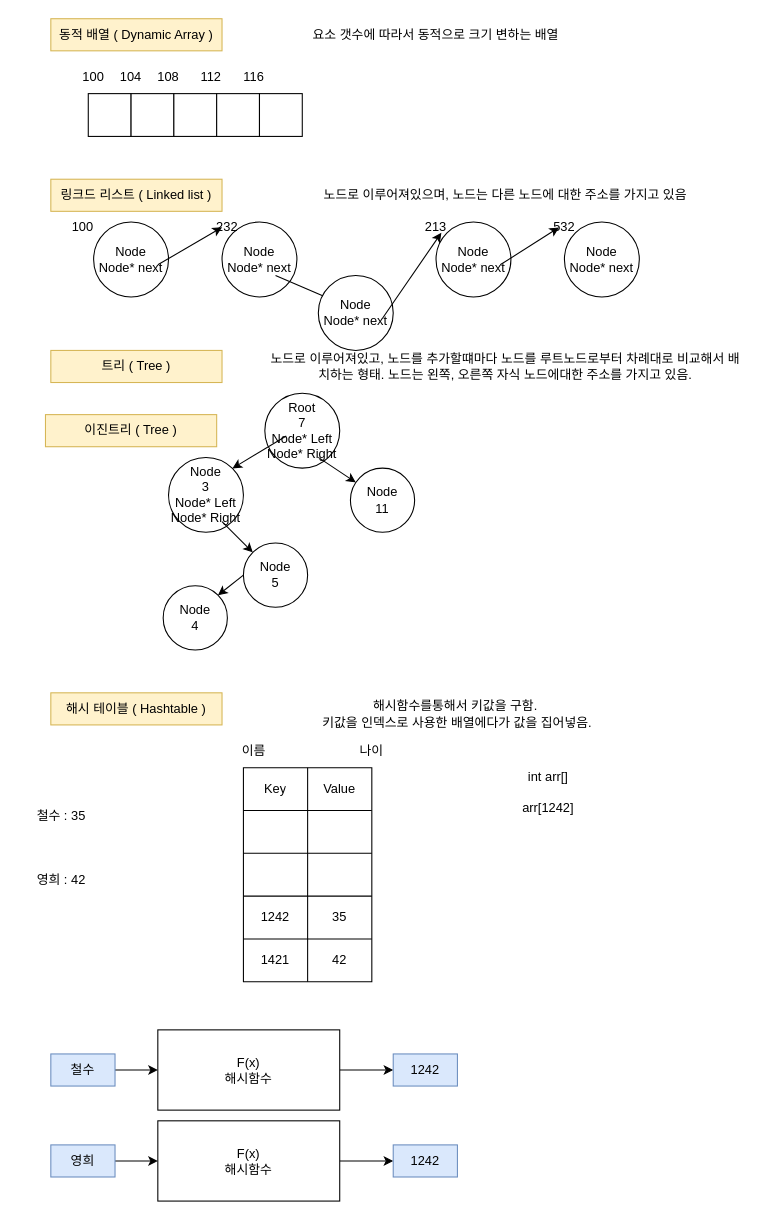
Before: DataStructure.drawio in luke-youngmin-cho/Client_1st, a draw.io diagram. Source tidied: cells renumbered, new cells numbered last; positions are measured from the earlier drawing's top-left corner, leaving out a move shared by most shapes. Both pictures are drawn from the tidied source at 107%, with x=0, y=0 at pixel (29, 18).
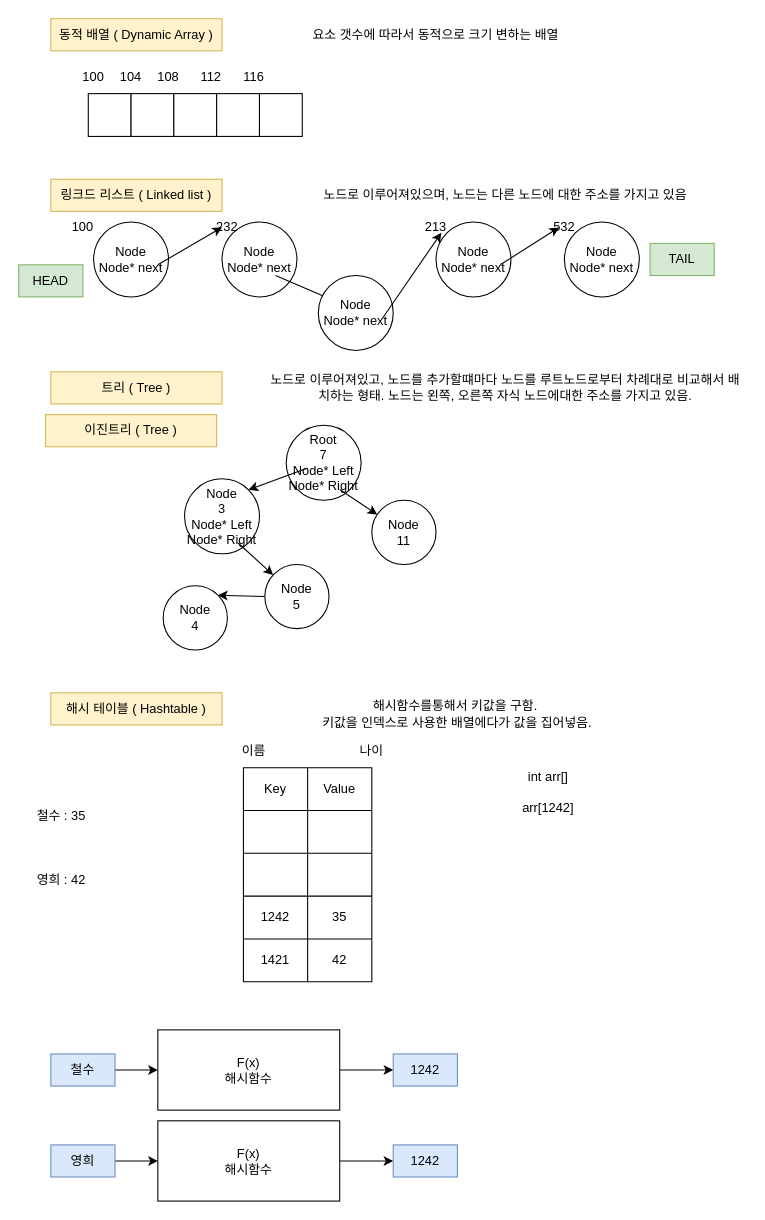
The same diagram, later.

Diff of the diagram source:
```diff
@@
     <mxCell id="4" value="트리 ( Tree )" style="text;html=1;strokeColor=#d6b656;fillColor=#fff2cc;align=center;verticalAlign=middle;whiteSpace=wrap;rounded=0;" parent="1" vertex="1">
-      <mxGeometry x="20" y="310" width="160" height="30" as="geometry" />
+      <mxGeometry x="20" y="330" width="160" height="30" as="geometry" />
     </mxCell>
@@
     <mxCell id="31" value="노드로 이루어져있고, 노드를 추가할떄마다 노드를 루트노드로부터 차례대로 비교해서 배치하는 형태. 노드는 왼쪽, 오른쪽 자식 노드에대한 주소를 가지고 있음." style="text;html=1;strokeColor=none;fillColor=none;align=center;verticalAlign=middle;whiteSpace=wrap;rounded=0;" parent="1" vertex="1">
-      <mxGeometry x="220" y="310" width="450" height="30" as="geometry" />
+      <mxGeometry x="220" y="330" width="450" height="30" as="geometry" />
     </mxCell>
     <mxCell id="32" value="Root&lt;br&gt;7&lt;br&gt;Node* Left&lt;br&gt;Node* Right" style="ellipse;whiteSpace=wrap;html=1;" parent="1" vertex="1">
-      <mxGeometry x="220" y="350" width="70" height="70" as="geometry" />
+      <mxGeometry x="240" y="380" width="70" height="70" as="geometry" />
     </mxCell>
     <mxCell id="33" value="Node&lt;br&gt;3&lt;br&gt;Node* Left&lt;br&gt;Node* Right" style="ellipse;whiteSpace=wrap;html=1;" parent="1" vertex="1">
-      <mxGeometry x="130" y="410" width="70" height="70" as="geometry" />
+      <mxGeometry x="145" y="430" width="70" height="70" as="geometry" />
     </mxCell>
@@
     <mxCell id="35" value="Node&lt;br&gt;11" style="ellipse;whiteSpace=wrap;html=1;" parent="1" vertex="1">
-      <mxGeometry x="300" y="420" width="60" height="60" as="geometry" />
+      <mxGeometry x="320" y="450" width="60" height="60" as="geometry" />
     </mxCell>
@@
     <mxCell id="37" value="Node&lt;br&gt;5" style="ellipse;whiteSpace=wrap;html=1;" parent="1" vertex="1">
-      <mxGeometry x="200" y="490" width="60" height="60" as="geometry" />
+      <mxGeometry x="220" y="510" width="60" height="60" as="geometry" />
     </mxCell>
@@
+    <mxCell id="74" value="HEAD" style="text;html=1;strokeColor=#82b366;fillColor=#d5e8d4;align=center;verticalAlign=middle;whiteSpace=wrap;rounded=0;" parent="1" vertex="1">
+      <mxGeometry x="-10" y="230" width="60" height="30" as="geometry" />
+    </mxCell>
+    <mxCell id="75" value="TAIL" style="text;html=1;strokeColor=#82b366;fillColor=#d5e8d4;align=center;verticalAlign=middle;whiteSpace=wrap;rounded=0;" parent="1" vertex="1">
+      <mxGeometry x="580" y="210" width="60" height="30" as="geometry" />
+    </mxCell>
```
